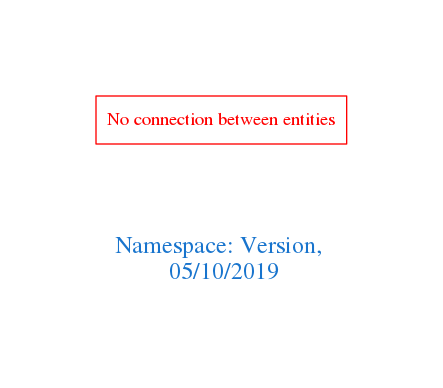
The Graphviz diagram downloads/Version.png in arago/OGIT, before a commit. Its source is kept beside it as downloads/Version.dot.
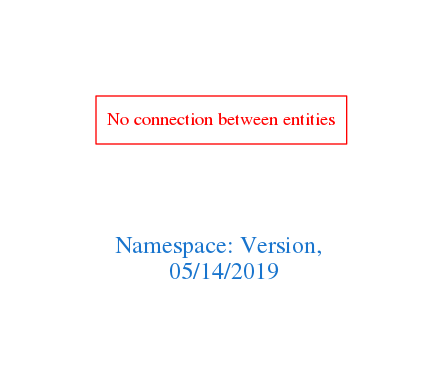
After the change.

Change to the diagram source:
```diff
@@ -1,7 +1,7 @@
 digraph OGIT_ontology {
  graph [ rankdir= LR,pad=1
 fontsize = 18,
-fontcolor= dodgerblue3,label = "\n\n\nNamespace: Version, \n 05/10/2019"];
+fontcolor= dodgerblue3,label = "\n\n\nNamespace: Version, \n 05/14/2019"];
 node[shape=polygon];
 edge [  color="gray81"];
 
```
